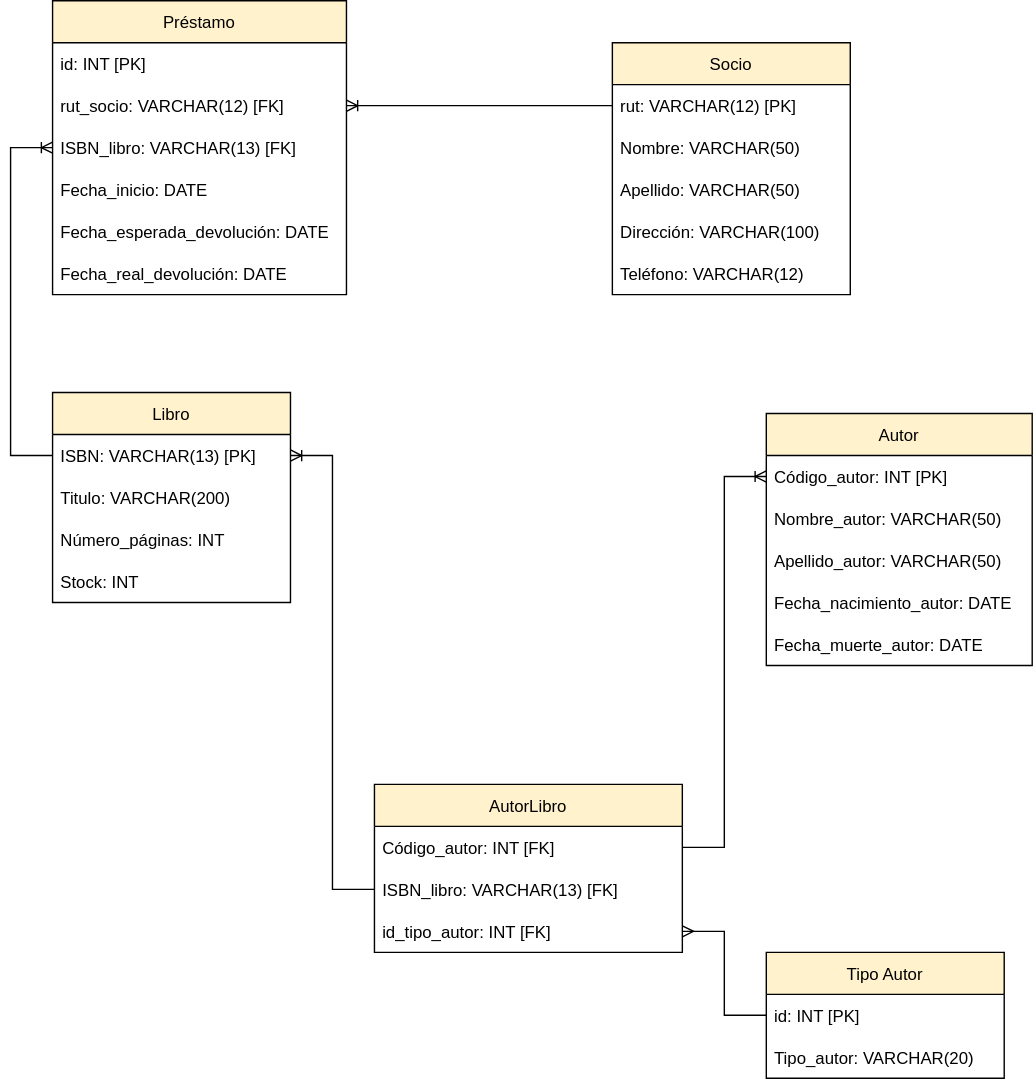
The draw.io diagram Biblioteca1-3.drawio.svg in KarQuis/M5---Prueba, before a commit. Source tidied: cells renumbered, new cells last; positions are measured from the earlier drawing's top-left corner, leaving out a move shared by most shapes.
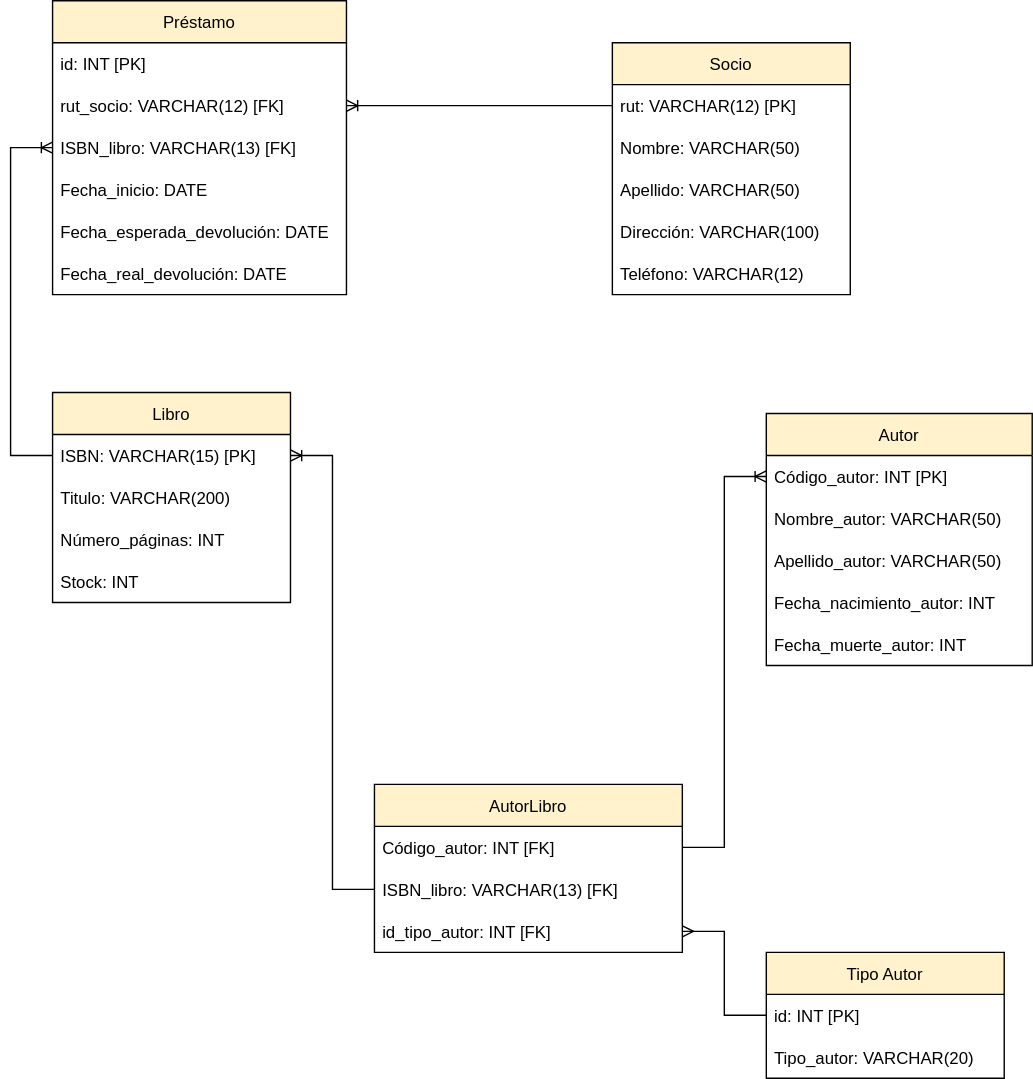
The same diagram one commit later.

Commit message:
Modelo Físico - Biblioteca

What changed in the source:
```diff
@@ -44,7 +44,7 @@
     <mxCell id="15" value="Libro" style="swimlane;fontStyle=0;horizontal=1;startSize=30;fillColor=#FFF2CC;" parent="1" vertex="1">
       <mxGeometry x="30" y="280" width="170" height="150" as="geometry" />
     </mxCell>
-    <mxCell id="16" value="ISBN: VARCHAR(13) [PK]" style="text;strokeColor=none;fillColor=none;align=left;verticalAlign=middle;spacingLeft=4;spacingRight=4;overflow=hidden;points=[[0,0.5],[1,0.5]];portConstraint=eastwest;" parent="15" vertex="1">
+    <mxCell id="16" value="ISBN: VARCHAR(15) [PK]" style="text;strokeColor=none;fillColor=none;align=left;verticalAlign=middle;spacingLeft=4;spacingRight=4;overflow=hidden;points=[[0,0.5],[1,0.5]];portConstraint=eastwest;" parent="15" vertex="1">
       <mxGeometry y="30" width="170" height="30" as="geometry" />
     </mxCell>
     <mxCell id="17" value="Titulo: VARCHAR(200)" style="text;strokeColor=none;fillColor=none;align=left;verticalAlign=middle;spacingLeft=4;spacingRight=4;overflow=hidden;" parent="15" vertex="1">
@@ -79,10 +79,10 @@
     <mxCell id="25" value="Apellido_autor: VARCHAR(50)" style="text;strokeColor=none;fillColor=none;align=left;verticalAlign=middle;spacingLeft=4;spacingRight=4;overflow=hidden;" parent="22" vertex="1">
       <mxGeometry y="90" width="190" height="30" as="geometry" />
     </mxCell>
-    <mxCell id="26" value="Fecha_nacimiento_autor: DATE" style="text;strokeColor=none;fillColor=none;align=left;verticalAlign=middle;spacingLeft=4;spacingRight=4;overflow=hidden;" parent="22" vertex="1">
+    <mxCell id="26" value="Fecha_nacimiento_autor: INT" style="text;strokeColor=none;fillColor=none;align=left;verticalAlign=middle;spacingLeft=4;spacingRight=4;overflow=hidden;" parent="22" vertex="1">
       <mxGeometry y="120" width="190" height="30" as="geometry" />
     </mxCell>
-    <mxCell id="27" value="Fecha_muerte_autor: DATE" style="text;strokeColor=none;fillColor=none;align=left;verticalAlign=middle;spacingLeft=4;spacingRight=4;overflow=hidden;" parent="22" vertex="1">
+    <mxCell id="27" value="Fecha_muerte_autor: INT" style="text;strokeColor=none;fillColor=none;align=left;verticalAlign=middle;spacingLeft=4;spacingRight=4;overflow=hidden;" parent="22" vertex="1">
       <mxGeometry y="150" width="190" height="30" as="geometry" />
     </mxCell>
     <mxCell id="28" value="AutorLibro" style="swimlane;fontStyle=0;horizontal=1;startSize=30;fillColor=#FFF2CC;" parent="1" vertex="1">
```
